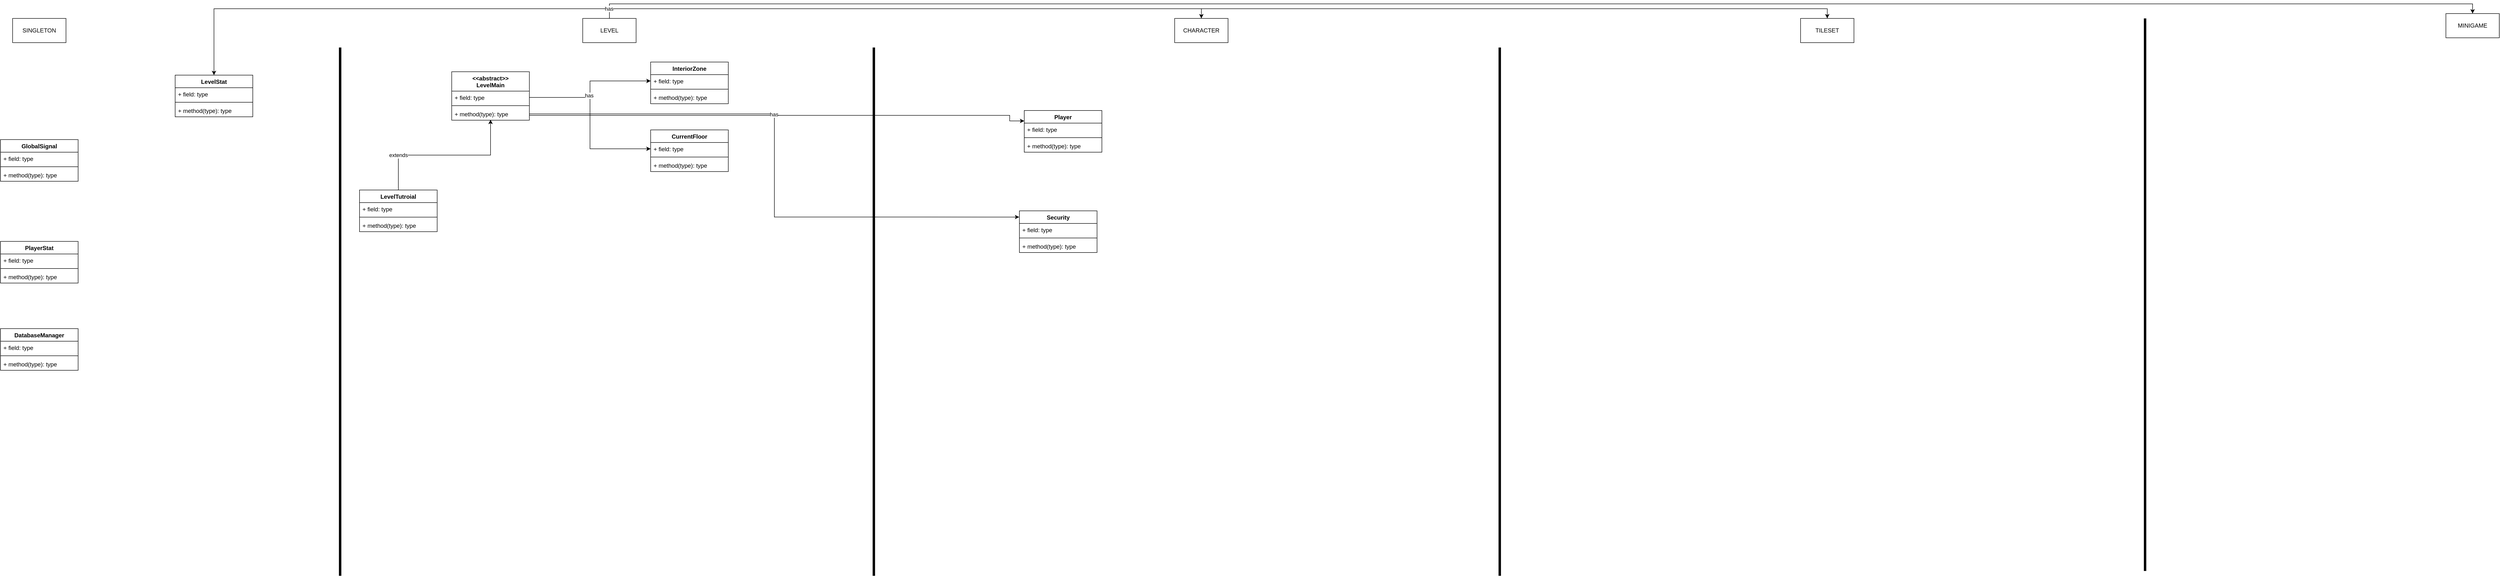
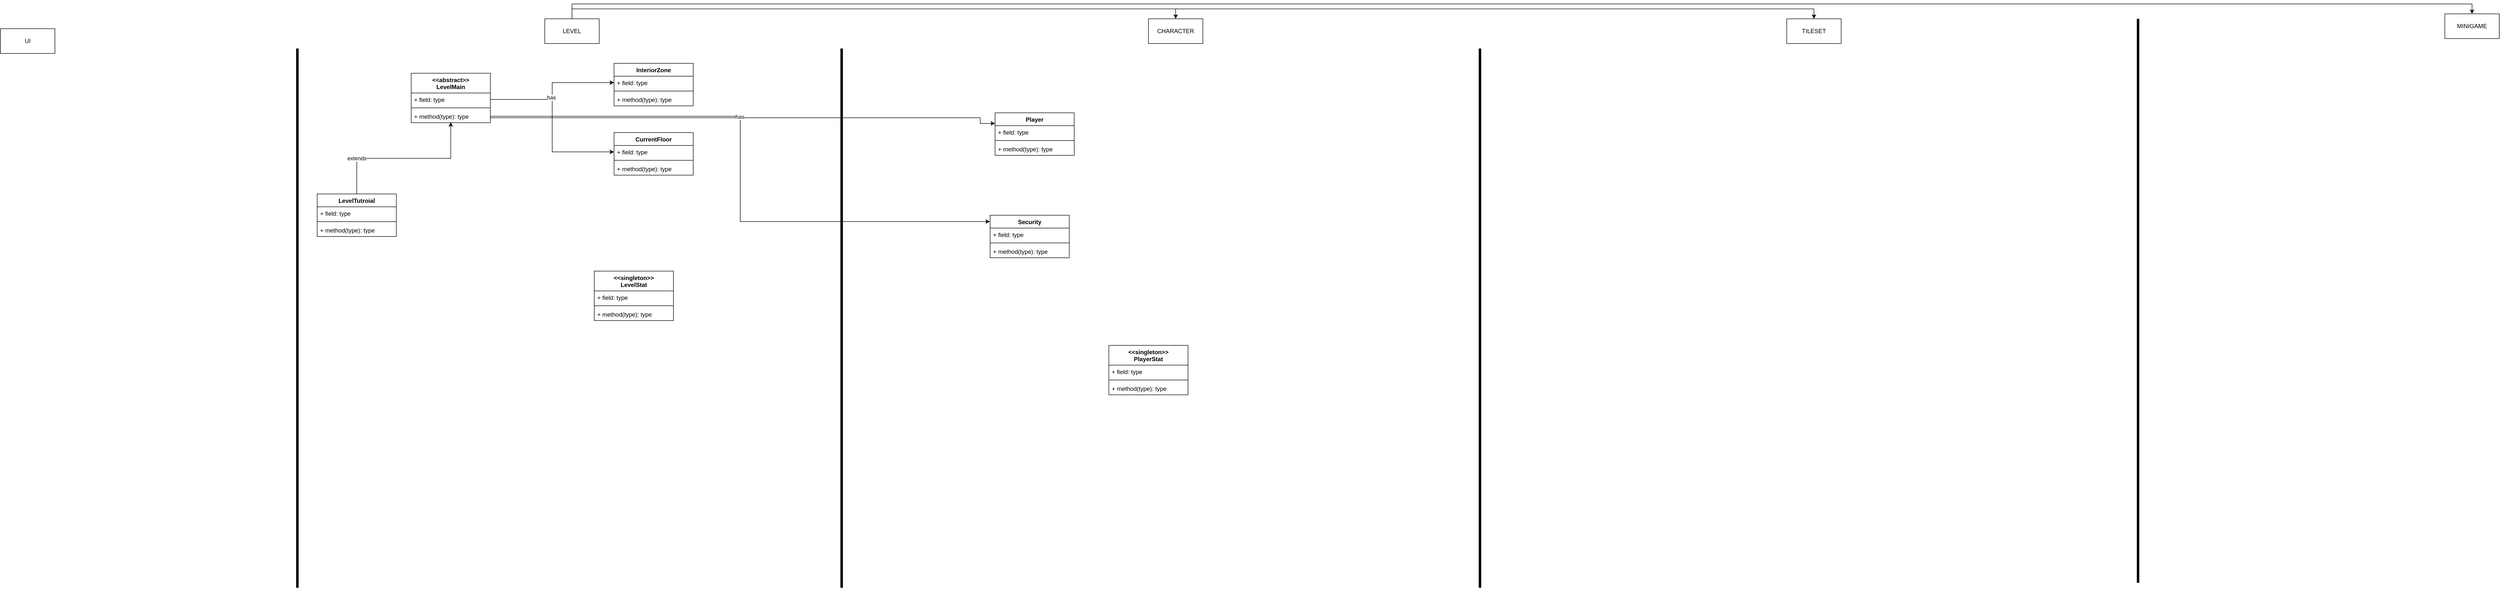
<mxfile host="Electron">
  <diagram name="Page-1" id="qmB0GrhGmSqB5Amjrw3-">
-     <mxGraphModel dx="2310" dy="873" grid="1" gridSize="10" guides="1" tooltips="1" connect="1" arrows="1" fold="1" page="1" pageScale="1" pageWidth="850" pageHeight="1100" math="0" shadow="0">
+     <mxGraphModel dx="3283" dy="1456" grid="1" gridSize="10" guides="1" tooltips="1" connect="1" arrows="1" fold="1" page="1" pageScale="1" pageWidth="850" pageHeight="1100" math="0" shadow="0">
      <root>
        <mxCell id="0" />
        <mxCell id="1" parent="0" />
        <mxCell id="7TvIsgDUMmM2zKdDbdYw-1" parent="1" style="swimlane;fontStyle=1;align=center;verticalAlign=top;childLayout=stackLayout;horizontal=1;startSize=40;horizontalStack=0;resizeParent=1;resizeParentMax=0;resizeLast=0;collapsible=1;marginBottom=0;whiteSpace=wrap;html=1;" value="&lt;div&gt;&amp;lt;&amp;lt;abstract&amp;gt;&amp;gt;&lt;/div&gt;LevelMain" vertex="1">
          <mxGeometry height="100" width="160" x="440" y="220" as="geometry" />
        </mxCell>
        <mxCell id="7TvIsgDUMmM2zKdDbdYw-2" parent="7TvIsgDUMmM2zKdDbdYw-1" style="text;strokeColor=none;fillColor=none;align=left;verticalAlign=top;spacingLeft=4;spacingRight=4;overflow=hidden;rotatable=0;points=[[0,0.5],[1,0.5]];portConstraint=eastwest;whiteSpace=wrap;html=1;" value="+ field: type" vertex="1">
          <mxGeometry height="26" width="160" y="40" as="geometry" />
        </mxCell>
        <mxCell id="7TvIsgDUMmM2zKdDbdYw-3" parent="7TvIsgDUMmM2zKdDbdYw-1" style="line;strokeWidth=1;fillColor=none;align=left;verticalAlign=middle;spacingTop=-1;spacingLeft=3;spacingRight=3;rotatable=0;labelPosition=right;points=[];portConstraint=eastwest;strokeColor=inherit;" value="" vertex="1">
          <mxGeometry height="8" width="160" y="66" as="geometry" />
        </mxCell>
        <mxCell id="7TvIsgDUMmM2zKdDbdYw-4" parent="7TvIsgDUMmM2zKdDbdYw-1" style="text;strokeColor=none;fillColor=none;align=left;verticalAlign=top;spacingLeft=4;spacingRight=4;overflow=hidden;rotatable=0;points=[[0,0.5],[1,0.5]];portConstraint=eastwest;whiteSpace=wrap;html=1;" value="+ method(type): type" vertex="1">
          <mxGeometry height="26" width="160" y="74" as="geometry" />
        </mxCell>
        <mxCell id="7TvIsgDUMmM2zKdDbdYw-5" parent="1" style="swimlane;fontStyle=1;align=center;verticalAlign=top;childLayout=stackLayout;horizontal=1;startSize=26;horizontalStack=0;resizeParent=1;resizeParentMax=0;resizeLast=0;collapsible=1;marginBottom=0;whiteSpace=wrap;html=1;" value="LevelTutroial" vertex="1">
          <mxGeometry height="86" width="160" x="250" y="464" as="geometry" />
        </mxCell>
        <mxCell id="7TvIsgDUMmM2zKdDbdYw-6" parent="7TvIsgDUMmM2zKdDbdYw-5" style="text;strokeColor=none;fillColor=none;align=left;verticalAlign=top;spacingLeft=4;spacingRight=4;overflow=hidden;rotatable=0;points=[[0,0.5],[1,0.5]];portConstraint=eastwest;whiteSpace=wrap;html=1;" value="+ field: type" vertex="1">
          <mxGeometry height="26" width="160" y="26" as="geometry" />
        </mxCell>
        <mxCell id="7TvIsgDUMmM2zKdDbdYw-7" parent="7TvIsgDUMmM2zKdDbdYw-5" style="line;strokeWidth=1;fillColor=none;align=left;verticalAlign=middle;spacingTop=-1;spacingLeft=3;spacingRight=3;rotatable=0;labelPosition=right;points=[];portConstraint=eastwest;strokeColor=inherit;" value="" vertex="1">
          <mxGeometry height="8" width="160" y="52" as="geometry" />
        </mxCell>
        <mxCell id="7TvIsgDUMmM2zKdDbdYw-8" parent="7TvIsgDUMmM2zKdDbdYw-5" style="text;strokeColor=none;fillColor=none;align=left;verticalAlign=top;spacingLeft=4;spacingRight=4;overflow=hidden;rotatable=0;points=[[0,0.5],[1,0.5]];portConstraint=eastwest;whiteSpace=wrap;html=1;" value="+ method(type): type" vertex="1">
          <mxGeometry height="26" width="160" y="60" as="geometry" />
        </mxCell>
        <mxCell id="7TvIsgDUMmM2zKdDbdYw-9" edge="1" parent="1" source="7TvIsgDUMmM2zKdDbdYw-5" style="edgeStyle=orthogonalEdgeStyle;rounded=0;orthogonalLoop=1;jettySize=auto;html=1;exitX=0.5;exitY=0;exitDx=0;exitDy=0;entryX=0.5;entryY=0.961;entryDx=0;entryDy=0;entryPerimeter=0;" target="7TvIsgDUMmM2zKdDbdYw-4">
          <mxGeometry relative="1" as="geometry" />
        </mxCell>
        <mxCell id="7TvIsgDUMmM2zKdDbdYw-10" connectable="0" parent="7TvIsgDUMmM2zKdDbdYw-9" style="edgeLabel;html=1;align=center;verticalAlign=middle;resizable=0;points=[];" value="extends" vertex="1">
          <mxGeometry relative="1" x="0.2514" y="2" as="geometry">
            <mxPoint x="-138" y="2" as="offset" />
          </mxGeometry>
        </mxCell>
        <mxCell id="7TvIsgDUMmM2zKdDbdYw-12" parent="1" style="swimlane;fontStyle=1;align=center;verticalAlign=top;childLayout=stackLayout;horizontal=1;startSize=26;horizontalStack=0;resizeParent=1;resizeParentMax=0;resizeLast=0;collapsible=1;marginBottom=0;whiteSpace=wrap;html=1;" value="Player" vertex="1">
          <mxGeometry height="86" width="160" x="1620" y="300" as="geometry" />
        </mxCell>
        <mxCell id="7TvIsgDUMmM2zKdDbdYw-13" parent="7TvIsgDUMmM2zKdDbdYw-12" style="text;strokeColor=none;fillColor=none;align=left;verticalAlign=top;spacingLeft=4;spacingRight=4;overflow=hidden;rotatable=0;points=[[0,0.5],[1,0.5]];portConstraint=eastwest;whiteSpace=wrap;html=1;" value="+ field: type" vertex="1">
          <mxGeometry height="26" width="160" y="26" as="geometry" />
        </mxCell>
        <mxCell id="7TvIsgDUMmM2zKdDbdYw-14" parent="7TvIsgDUMmM2zKdDbdYw-12" style="line;strokeWidth=1;fillColor=none;align=left;verticalAlign=middle;spacingTop=-1;spacingLeft=3;spacingRight=3;rotatable=0;labelPosition=right;points=[];portConstraint=eastwest;strokeColor=inherit;" value="" vertex="1">
          <mxGeometry height="8" width="160" y="52" as="geometry" />
        </mxCell>
        <mxCell id="7TvIsgDUMmM2zKdDbdYw-15" parent="7TvIsgDUMmM2zKdDbdYw-12" style="text;strokeColor=none;fillColor=none;align=left;verticalAlign=top;spacingLeft=4;spacingRight=4;overflow=hidden;rotatable=0;points=[[0,0.5],[1,0.5]];portConstraint=eastwest;whiteSpace=wrap;html=1;" value="+ method(type): type" vertex="1">
          <mxGeometry height="26" width="160" y="60" as="geometry" />
        </mxCell>
        <mxCell id="7TvIsgDUMmM2zKdDbdYw-16" parent="1" style="swimlane;fontStyle=1;align=center;verticalAlign=top;childLayout=stackLayout;horizontal=1;startSize=26;horizontalStack=0;resizeParent=1;resizeParentMax=0;resizeLast=0;collapsible=1;marginBottom=0;whiteSpace=wrap;html=1;" value="Security" vertex="1">
          <mxGeometry height="86" width="160" x="1610" y="507" as="geometry" />
        </mxCell>
        <mxCell id="7TvIsgDUMmM2zKdDbdYw-17" parent="7TvIsgDUMmM2zKdDbdYw-16" style="text;strokeColor=none;fillColor=none;align=left;verticalAlign=top;spacingLeft=4;spacingRight=4;overflow=hidden;rotatable=0;points=[[0,0.5],[1,0.5]];portConstraint=eastwest;whiteSpace=wrap;html=1;" value="+ field: type" vertex="1">
          <mxGeometry height="26" width="160" y="26" as="geometry" />
        </mxCell>
        <mxCell id="7TvIsgDUMmM2zKdDbdYw-18" parent="7TvIsgDUMmM2zKdDbdYw-16" style="line;strokeWidth=1;fillColor=none;align=left;verticalAlign=middle;spacingTop=-1;spacingLeft=3;spacingRight=3;rotatable=0;labelPosition=right;points=[];portConstraint=eastwest;strokeColor=inherit;" value="" vertex="1">
          <mxGeometry height="8" width="160" y="52" as="geometry" />
        </mxCell>
        <mxCell id="7TvIsgDUMmM2zKdDbdYw-19" parent="7TvIsgDUMmM2zKdDbdYw-16" style="text;strokeColor=none;fillColor=none;align=left;verticalAlign=top;spacingLeft=4;spacingRight=4;overflow=hidden;rotatable=0;points=[[0,0.5],[1,0.5]];portConstraint=eastwest;whiteSpace=wrap;html=1;" value="+ method(type): type" vertex="1">
          <mxGeometry height="26" width="160" y="60" as="geometry" />
        </mxCell>
-         <mxCell id="7TvIsgDUMmM2zKdDbdYw-20" parent="1" style="swimlane;fontStyle=1;align=center;verticalAlign=top;childLayout=stackLayout;horizontal=1;startSize=26;horizontalStack=0;resizeParent=1;resizeParentMax=0;resizeLast=0;collapsible=1;marginBottom=0;whiteSpace=wrap;html=1;" value="GlobalSignal" vertex="1">
-           <mxGeometry height="86" width="160" x="-490" y="360" as="geometry" />
-         </mxCell>
-         <mxCell id="7TvIsgDUMmM2zKdDbdYw-21" parent="7TvIsgDUMmM2zKdDbdYw-20" style="text;strokeColor=none;fillColor=none;align=left;verticalAlign=top;spacingLeft=4;spacingRight=4;overflow=hidden;rotatable=0;points=[[0,0.5],[1,0.5]];portConstraint=eastwest;whiteSpace=wrap;html=1;" value="+ field: type" vertex="1">
-           <mxGeometry height="26" width="160" y="26" as="geometry" />
-         </mxCell>
-         <mxCell id="7TvIsgDUMmM2zKdDbdYw-22" parent="7TvIsgDUMmM2zKdDbdYw-20" style="line;strokeWidth=1;fillColor=none;align=left;verticalAlign=middle;spacingTop=-1;spacingLeft=3;spacingRight=3;rotatable=0;labelPosition=right;points=[];portConstraint=eastwest;strokeColor=inherit;" value="" vertex="1">
-           <mxGeometry height="8" width="160" y="52" as="geometry" />
-         </mxCell>
-         <mxCell id="7TvIsgDUMmM2zKdDbdYw-23" parent="7TvIsgDUMmM2zKdDbdYw-20" style="text;strokeColor=none;fillColor=none;align=left;verticalAlign=top;spacingLeft=4;spacingRight=4;overflow=hidden;rotatable=0;points=[[0,0.5],[1,0.5]];portConstraint=eastwest;whiteSpace=wrap;html=1;" value="+ method(type): type" vertex="1">
-           <mxGeometry height="26" width="160" y="60" as="geometry" />
-         </mxCell>
-         <mxCell id="7TvIsgDUMmM2zKdDbdYw-24" parent="1" style="html=1;whiteSpace=wrap;" value="SINGLETON" vertex="1">
-           <mxGeometry height="50" width="110" x="-465" y="110" as="geometry" />
-         </mxCell>
-         <mxCell id="7TvIsgDUMmM2zKdDbdYw-25" parent="1" style="swimlane;fontStyle=1;align=center;verticalAlign=top;childLayout=stackLayout;horizontal=1;startSize=26;horizontalStack=0;resizeParent=1;resizeParentMax=0;resizeLast=0;collapsible=1;marginBottom=0;whiteSpace=wrap;html=1;" value="PlayerStat" vertex="1">
-           <mxGeometry height="86" width="160" x="-490" y="570" as="geometry" />
-         </mxCell>
-         <mxCell id="7TvIsgDUMmM2zKdDbdYw-26" parent="7TvIsgDUMmM2zKdDbdYw-25" style="text;strokeColor=none;fillColor=none;align=left;verticalAlign=top;spacingLeft=4;spacingRight=4;overflow=hidden;rotatable=0;points=[[0,0.5],[1,0.5]];portConstraint=eastwest;whiteSpace=wrap;html=1;" value="+ field: type" vertex="1">
-           <mxGeometry height="26" width="160" y="26" as="geometry" />
-         </mxCell>
-         <mxCell id="7TvIsgDUMmM2zKdDbdYw-27" parent="7TvIsgDUMmM2zKdDbdYw-25" style="line;strokeWidth=1;fillColor=none;align=left;verticalAlign=middle;spacingTop=-1;spacingLeft=3;spacingRight=3;rotatable=0;labelPosition=right;points=[];portConstraint=eastwest;strokeColor=inherit;" value="" vertex="1">
-           <mxGeometry height="8" width="160" y="52" as="geometry" />
-         </mxCell>
-         <mxCell id="7TvIsgDUMmM2zKdDbdYw-28" parent="7TvIsgDUMmM2zKdDbdYw-25" style="text;strokeColor=none;fillColor=none;align=left;verticalAlign=top;spacingLeft=4;spacingRight=4;overflow=hidden;rotatable=0;points=[[0,0.5],[1,0.5]];portConstraint=eastwest;whiteSpace=wrap;html=1;" value="+ method(type): type" vertex="1">
-           <mxGeometry height="26" width="160" y="60" as="geometry" />
-         </mxCell>
-         <mxCell id="7TvIsgDUMmM2zKdDbdYw-31" parent="1" style="swimlane;fontStyle=1;align=center;verticalAlign=top;childLayout=stackLayout;horizontal=1;startSize=26;horizontalStack=0;resizeParent=1;resizeParentMax=0;resizeLast=0;collapsible=1;marginBottom=0;whiteSpace=wrap;html=1;" value="DatabaseManager" vertex="1">
-           <mxGeometry height="86" width="160" x="-490" y="750" as="geometry" />
-         </mxCell>
-         <mxCell id="7TvIsgDUMmM2zKdDbdYw-32" parent="7TvIsgDUMmM2zKdDbdYw-31" style="text;strokeColor=none;fillColor=none;align=left;verticalAlign=top;spacingLeft=4;spacingRight=4;overflow=hidden;rotatable=0;points=[[0,0.5],[1,0.5]];portConstraint=eastwest;whiteSpace=wrap;html=1;" value="+ field: type" vertex="1">
-           <mxGeometry height="26" width="160" y="26" as="geometry" />
-         </mxCell>
-         <mxCell id="7TvIsgDUMmM2zKdDbdYw-33" parent="7TvIsgDUMmM2zKdDbdYw-31" style="line;strokeWidth=1;fillColor=none;align=left;verticalAlign=middle;spacingTop=-1;spacingLeft=3;spacingRight=3;rotatable=0;labelPosition=right;points=[];portConstraint=eastwest;strokeColor=inherit;" value="" vertex="1">
-           <mxGeometry height="8" width="160" y="52" as="geometry" />
-         </mxCell>
-         <mxCell id="7TvIsgDUMmM2zKdDbdYw-34" parent="7TvIsgDUMmM2zKdDbdYw-31" style="text;strokeColor=none;fillColor=none;align=left;verticalAlign=top;spacingLeft=4;spacingRight=4;overflow=hidden;rotatable=0;points=[[0,0.5],[1,0.5]];portConstraint=eastwest;whiteSpace=wrap;html=1;" value="+ method(type): type" vertex="1">
-           <mxGeometry height="26" width="160" y="60" as="geometry" />
-         </mxCell>
-         <mxCell id="7TvIsgDUMmM2zKdDbdYw-35" parent="1" style="swimlane;fontStyle=1;align=center;verticalAlign=top;childLayout=stackLayout;horizontal=1;startSize=26;horizontalStack=0;resizeParent=1;resizeParentMax=0;resizeLast=0;collapsible=1;marginBottom=0;whiteSpace=wrap;html=1;" value="LevelStat" vertex="1">
-           <mxGeometry height="86" width="160" x="-130" y="227" as="geometry" />
+         <mxCell id="7TvIsgDUMmM2zKdDbdYw-35" parent="1" style="swimlane;fontStyle=1;align=center;verticalAlign=top;childLayout=stackLayout;horizontal=1;startSize=40;horizontalStack=0;resizeParent=1;resizeParentMax=0;resizeLast=0;collapsible=1;marginBottom=0;whiteSpace=wrap;html=1;" value="&lt;div&gt;&amp;lt;&amp;lt;singleton&amp;gt;&amp;gt;&lt;/div&gt;LevelStat" vertex="1">
+           <mxGeometry height="100" width="160" x="810" y="620" as="geometry" />
        </mxCell>
        <mxCell id="7TvIsgDUMmM2zKdDbdYw-36" parent="7TvIsgDUMmM2zKdDbdYw-35" style="text;strokeColor=none;fillColor=none;align=left;verticalAlign=top;spacingLeft=4;spacingRight=4;overflow=hidden;rotatable=0;points=[[0,0.5],[1,0.5]];portConstraint=eastwest;whiteSpace=wrap;html=1;" value="+ field: type" vertex="1">
-           <mxGeometry height="26" width="160" y="26" as="geometry" />
+           <mxGeometry height="26" width="160" y="40" as="geometry" />
        </mxCell>
        <mxCell id="7TvIsgDUMmM2zKdDbdYw-37" parent="7TvIsgDUMmM2zKdDbdYw-35" style="line;strokeWidth=1;fillColor=none;align=left;verticalAlign=middle;spacingTop=-1;spacingLeft=3;spacingRight=3;rotatable=0;labelPosition=right;points=[];portConstraint=eastwest;strokeColor=inherit;" value="" vertex="1">
-           <mxGeometry height="8" width="160" y="52" as="geometry" />
+           <mxGeometry height="8" width="160" y="66" as="geometry" />
        </mxCell>
        <mxCell id="7TvIsgDUMmM2zKdDbdYw-38" parent="7TvIsgDUMmM2zKdDbdYw-35" style="text;strokeColor=none;fillColor=none;align=left;verticalAlign=top;spacingLeft=4;spacingRight=4;overflow=hidden;rotatable=0;points=[[0,0.5],[1,0.5]];portConstraint=eastwest;whiteSpace=wrap;html=1;" value="+ method(type): type" vertex="1">
-           <mxGeometry height="26" width="160" y="60" as="geometry" />
+           <mxGeometry height="26" width="160" y="74" as="geometry" />
        </mxCell>
        <mxCell id="7TvIsgDUMmM2zKdDbdYw-39" edge="1" parent="1" style="endArrow=none;html=1;rounded=0;strokeWidth=5;" value=" ">
          <mxGeometry height="50" relative="1" width="50" as="geometry">
            <mxPoint x="210" y="1260" as="sourcePoint" />
            <mxPoint x="210" y="170" as="targetPoint" />
          </mxGeometry>
        </mxCell>
        <mxCell id="7TvIsgDUMmM2zKdDbdYw-48" edge="1" parent="1" source="7TvIsgDUMmM2zKdDbdYw-40" style="edgeStyle=orthogonalEdgeStyle;rounded=0;orthogonalLoop=1;jettySize=auto;html=1;exitX=0.5;exitY=0;exitDx=0;exitDy=0;entryX=0.5;entryY=0;entryDx=0;entryDy=0;" target="7TvIsgDUMmM2zKdDbdYw-43">
          <mxGeometry relative="1" as="geometry" />
        </mxCell>
        <mxCell id="7TvIsgDUMmM2zKdDbdYw-49" edge="1" parent="1" source="7TvIsgDUMmM2zKdDbdYw-40" style="edgeStyle=orthogonalEdgeStyle;rounded=0;orthogonalLoop=1;jettySize=auto;html=1;exitX=0.5;exitY=0;exitDx=0;exitDy=0;entryX=0.5;entryY=0;entryDx=0;entryDy=0;" target="7TvIsgDUMmM2zKdDbdYw-45">
          <mxGeometry relative="1" as="geometry" />
        </mxCell>
        <mxCell id="7TvIsgDUMmM2zKdDbdYw-50" edge="1" parent="1" source="7TvIsgDUMmM2zKdDbdYw-40" style="edgeStyle=orthogonalEdgeStyle;rounded=0;orthogonalLoop=1;jettySize=auto;html=1;exitX=0.5;exitY=0;exitDx=0;exitDy=0;entryX=0.5;entryY=0;entryDx=0;entryDy=0;" target="7TvIsgDUMmM2zKdDbdYw-47">
          <mxGeometry relative="1" as="geometry" />
-         </mxCell>
-         <mxCell id="7TvIsgDUMmM2zKdDbdYw-61" edge="1" parent="1" source="7TvIsgDUMmM2zKdDbdYw-40" style="edgeStyle=orthogonalEdgeStyle;rounded=0;orthogonalLoop=1;jettySize=auto;html=1;exitX=0.5;exitY=0;exitDx=0;exitDy=0;entryX=0.5;entryY=0;entryDx=0;entryDy=0;" target="7TvIsgDUMmM2zKdDbdYw-35">
-           <mxGeometry relative="1" as="geometry" />
-         </mxCell>
-         <mxCell id="7TvIsgDUMmM2zKdDbdYw-62" connectable="0" parent="7TvIsgDUMmM2zKdDbdYw-61" style="edgeLabel;html=1;align=center;verticalAlign=middle;resizable=0;points=[];" value="has" vertex="1">
-           <mxGeometry relative="1" x="-0.9573" as="geometry">
-             <mxPoint as="offset" />
-           </mxGeometry>
        </mxCell>
        <mxCell id="7TvIsgDUMmM2zKdDbdYw-40" parent="1" style="html=1;whiteSpace=wrap;" value="LEVEL" vertex="1">
          <mxGeometry height="50" width="110" x="710" y="110" as="geometry" />
        </mxCell>
        <mxCell id="7TvIsgDUMmM2zKdDbdYw-42" edge="1" parent="1" style="endArrow=none;html=1;rounded=0;strokeWidth=5;" value="">
          <mxGeometry height="50" relative="1" width="50" as="geometry">
            <mxPoint x="1310" y="1260" as="sourcePoint" />
            <mxPoint x="1310" y="170" as="targetPoint" />
          </mxGeometry>
        </mxCell>
        <mxCell id="7TvIsgDUMmM2zKdDbdYw-43" parent="1" style="html=1;whiteSpace=wrap;" value="CHARACTER" vertex="1">
          <mxGeometry height="50" width="110" x="1930" y="110" as="geometry" />
        </mxCell>
        <mxCell id="7TvIsgDUMmM2zKdDbdYw-44" edge="1" parent="1" style="endArrow=none;html=1;rounded=0;strokeWidth=5;" value="">
          <mxGeometry height="50" relative="1" width="50" as="geometry">
            <mxPoint x="2600" y="1260" as="sourcePoint" />
            <mxPoint x="2600" y="170" as="targetPoint" />
          </mxGeometry>
        </mxCell>
        <mxCell id="7TvIsgDUMmM2zKdDbdYw-45" parent="1" style="html=1;whiteSpace=wrap;" value="TILESET" vertex="1">
          <mxGeometry height="50" width="110" x="3220" y="110" as="geometry" />
        </mxCell>
        <mxCell id="7TvIsgDUMmM2zKdDbdYw-46" edge="1" parent="1" style="endArrow=none;html=1;rounded=0;strokeWidth=5;" value="">
          <mxGeometry height="50" relative="1" width="50" as="geometry">
            <mxPoint x="3930" y="1250" as="sourcePoint" />
            <mxPoint x="3930" y="110" as="targetPoint" />
          </mxGeometry>
        </mxCell>
        <mxCell id="7TvIsgDUMmM2zKdDbdYw-47" parent="1" style="html=1;whiteSpace=wrap;" value="MINIGAME" vertex="1">
          <mxGeometry height="50" width="110" x="4550" y="100" as="geometry" />
        </mxCell>
        <mxCell id="7TvIsgDUMmM2zKdDbdYw-52" parent="1" style="swimlane;fontStyle=1;align=center;verticalAlign=top;childLayout=stackLayout;horizontal=1;startSize=26;horizontalStack=0;resizeParent=1;resizeParentMax=0;resizeLast=0;collapsible=1;marginBottom=0;whiteSpace=wrap;html=1;" value="CurrentFloor" vertex="1">
          <mxGeometry height="86" width="160" x="850" y="340" as="geometry" />
        </mxCell>
        <mxCell id="7TvIsgDUMmM2zKdDbdYw-53" parent="7TvIsgDUMmM2zKdDbdYw-52" style="text;strokeColor=none;fillColor=none;align=left;verticalAlign=top;spacingLeft=4;spacingRight=4;overflow=hidden;rotatable=0;points=[[0,0.5],[1,0.5]];portConstraint=eastwest;whiteSpace=wrap;html=1;" value="+ field: type" vertex="1">
          <mxGeometry height="26" width="160" y="26" as="geometry" />
        </mxCell>
        <mxCell id="7TvIsgDUMmM2zKdDbdYw-54" parent="7TvIsgDUMmM2zKdDbdYw-52" style="line;strokeWidth=1;fillColor=none;align=left;verticalAlign=middle;spacingTop=-1;spacingLeft=3;spacingRight=3;rotatable=0;labelPosition=right;points=[];portConstraint=eastwest;strokeColor=inherit;" value="" vertex="1">
          <mxGeometry height="8" width="160" y="52" as="geometry" />
        </mxCell>
        <mxCell id="7TvIsgDUMmM2zKdDbdYw-55" parent="7TvIsgDUMmM2zKdDbdYw-52" style="text;strokeColor=none;fillColor=none;align=left;verticalAlign=top;spacingLeft=4;spacingRight=4;overflow=hidden;rotatable=0;points=[[0,0.5],[1,0.5]];portConstraint=eastwest;whiteSpace=wrap;html=1;" value="+ method(type): type" vertex="1">
          <mxGeometry height="26" width="160" y="60" as="geometry" />
        </mxCell>
        <mxCell id="7TvIsgDUMmM2zKdDbdYw-56" parent="1" style="swimlane;fontStyle=1;align=center;verticalAlign=top;childLayout=stackLayout;horizontal=1;startSize=26;horizontalStack=0;resizeParent=1;resizeParentMax=0;resizeLast=0;collapsible=1;marginBottom=0;whiteSpace=wrap;html=1;" value="InteriorZone" vertex="1">
          <mxGeometry height="86" width="160" x="850" y="200" as="geometry" />
        </mxCell>
        <mxCell id="7TvIsgDUMmM2zKdDbdYw-57" parent="7TvIsgDUMmM2zKdDbdYw-56" style="text;strokeColor=none;fillColor=none;align=left;verticalAlign=top;spacingLeft=4;spacingRight=4;overflow=hidden;rotatable=0;points=[[0,0.5],[1,0.5]];portConstraint=eastwest;whiteSpace=wrap;html=1;" value="+ field: type" vertex="1">
          <mxGeometry height="26" width="160" y="26" as="geometry" />
        </mxCell>
        <mxCell id="7TvIsgDUMmM2zKdDbdYw-58" parent="7TvIsgDUMmM2zKdDbdYw-56" style="line;strokeWidth=1;fillColor=none;align=left;verticalAlign=middle;spacingTop=-1;spacingLeft=3;spacingRight=3;rotatable=0;labelPosition=right;points=[];portConstraint=eastwest;strokeColor=inherit;" value="" vertex="1">
          <mxGeometry height="8" width="160" y="52" as="geometry" />
        </mxCell>
        <mxCell id="7TvIsgDUMmM2zKdDbdYw-59" parent="7TvIsgDUMmM2zKdDbdYw-56" style="text;strokeColor=none;fillColor=none;align=left;verticalAlign=top;spacingLeft=4;spacingRight=4;overflow=hidden;rotatable=0;points=[[0,0.5],[1,0.5]];portConstraint=eastwest;whiteSpace=wrap;html=1;" value="+ method(type): type" vertex="1">
          <mxGeometry height="26" width="160" y="60" as="geometry" />
        </mxCell>
        <mxCell id="7TvIsgDUMmM2zKdDbdYw-67" edge="1" parent="1" source="7TvIsgDUMmM2zKdDbdYw-2" style="edgeStyle=orthogonalEdgeStyle;rounded=0;orthogonalLoop=1;jettySize=auto;html=1;exitX=1;exitY=0.5;exitDx=0;exitDy=0;entryX=0;entryY=0.5;entryDx=0;entryDy=0;" target="7TvIsgDUMmM2zKdDbdYw-57">
          <mxGeometry relative="1" as="geometry" />
        </mxCell>
        <mxCell id="7TvIsgDUMmM2zKdDbdYw-68" edge="1" parent="1" source="7TvIsgDUMmM2zKdDbdYw-2" style="edgeStyle=orthogonalEdgeStyle;rounded=0;orthogonalLoop=1;jettySize=auto;html=1;exitX=1;exitY=0.5;exitDx=0;exitDy=0;entryX=0;entryY=0.5;entryDx=0;entryDy=0;" target="7TvIsgDUMmM2zKdDbdYw-53">
          <mxGeometry relative="1" as="geometry" />
        </mxCell>
        <mxCell id="7TvIsgDUMmM2zKdDbdYw-69" connectable="0" parent="7TvIsgDUMmM2zKdDbdYw-68" style="edgeLabel;html=1;align=center;verticalAlign=middle;resizable=0;points=[];" value="has" vertex="1">
          <mxGeometry relative="1" x="-0.3097" y="4" as="geometry">
            <mxPoint as="offset" />
          </mxGeometry>
        </mxCell>
        <mxCell id="7TvIsgDUMmM2zKdDbdYw-70" edge="1" parent="1" source="7TvIsgDUMmM2zKdDbdYw-2" style="edgeStyle=orthogonalEdgeStyle;rounded=0;orthogonalLoop=1;jettySize=auto;html=1;exitX=1;exitY=0.5;exitDx=0;exitDy=0;entryX=0;entryY=0.25;entryDx=0;entryDy=0;" target="7TvIsgDUMmM2zKdDbdYw-12">
          <mxGeometry relative="1" as="geometry">
            <Array as="points">
              <mxPoint x="600" y="310" />
              <mxPoint x="1590" y="310" />
              <mxPoint x="1590" y="322" />
            </Array>
          </mxGeometry>
        </mxCell>
        <mxCell id="7TvIsgDUMmM2zKdDbdYw-71" edge="1" parent="1" source="7TvIsgDUMmM2zKdDbdYw-4" style="edgeStyle=orthogonalEdgeStyle;rounded=0;orthogonalLoop=1;jettySize=auto;html=1;exitX=1;exitY=0.5;exitDx=0;exitDy=0;entryX=-0.002;entryY=0.149;entryDx=0;entryDy=0;entryPerimeter=0;" target="7TvIsgDUMmM2zKdDbdYw-16">
          <mxGeometry relative="1" as="geometry" />
        </mxCell>
        <mxCell id="7TvIsgDUMmM2zKdDbdYw-72" connectable="0" parent="7TvIsgDUMmM2zKdDbdYw-71" style="edgeLabel;html=1;align=center;verticalAlign=middle;resizable=0;points=[];" value="has" vertex="1">
          <mxGeometry relative="1" x="-0.1758" y="-1" as="geometry">
            <mxPoint as="offset" />
          </mxGeometry>
        </mxCell>
+         <mxCell id="7TvIsgDUMmM2zKdDbdYw-73" parent="1" style="swimlane;fontStyle=1;align=center;verticalAlign=top;childLayout=stackLayout;horizontal=1;startSize=40;horizontalStack=0;resizeParent=1;resizeParentMax=0;resizeLast=0;collapsible=1;marginBottom=0;whiteSpace=wrap;html=1;" value="&lt;div&gt;&amp;lt;&amp;lt;singleton&amp;gt;&amp;gt;&lt;/div&gt;PlayerStat" vertex="1">
+           <mxGeometry height="100" width="160" x="1850" y="770" as="geometry" />
+         </mxCell>
+         <mxCell id="7TvIsgDUMmM2zKdDbdYw-74" parent="7TvIsgDUMmM2zKdDbdYw-73" style="text;strokeColor=none;fillColor=none;align=left;verticalAlign=top;spacingLeft=4;spacingRight=4;overflow=hidden;rotatable=0;points=[[0,0.5],[1,0.5]];portConstraint=eastwest;whiteSpace=wrap;html=1;" value="+ field: type" vertex="1">
+           <mxGeometry height="26" width="160" y="40" as="geometry" />
+         </mxCell>
+         <mxCell id="7TvIsgDUMmM2zKdDbdYw-75" parent="7TvIsgDUMmM2zKdDbdYw-73" style="line;strokeWidth=1;fillColor=none;align=left;verticalAlign=middle;spacingTop=-1;spacingLeft=3;spacingRight=3;rotatable=0;labelPosition=right;points=[];portConstraint=eastwest;strokeColor=inherit;" value="" vertex="1">
+           <mxGeometry height="8" width="160" y="66" as="geometry" />
+         </mxCell>
+         <mxCell id="7TvIsgDUMmM2zKdDbdYw-76" parent="7TvIsgDUMmM2zKdDbdYw-73" style="text;strokeColor=none;fillColor=none;align=left;verticalAlign=top;spacingLeft=4;spacingRight=4;overflow=hidden;rotatable=0;points=[[0,0.5],[1,0.5]];portConstraint=eastwest;whiteSpace=wrap;html=1;" value="+ method(type): type" vertex="1">
+           <mxGeometry height="26" width="160" y="74" as="geometry" />
+         </mxCell>
+         <mxCell id="7TvIsgDUMmM2zKdDbdYw-77" parent="1" style="html=1;whiteSpace=wrap;" value="UI" vertex="1">
+           <mxGeometry height="50" width="110" x="-390" y="130" as="geometry" />
+         </mxCell>
      </root>
    </mxGraphModel>
  </diagram>
</mxfile>
